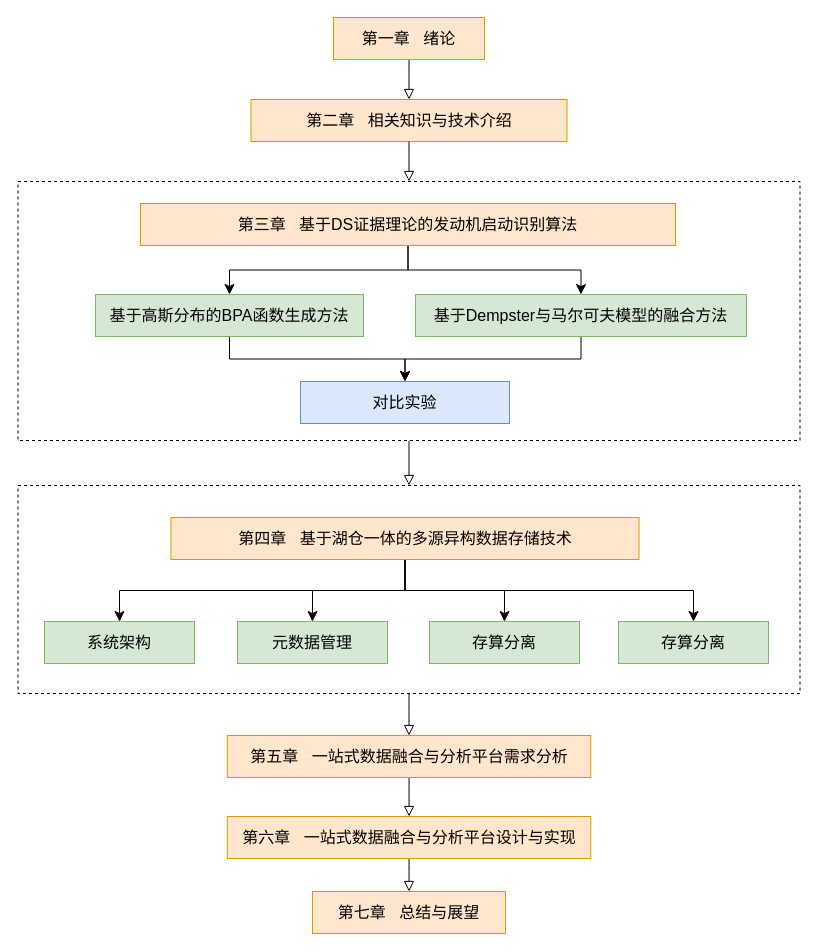
Before: 论文结构.drawio in nianqingdeguowang/python, a draw.io diagram. Source tidied: cells renumbered, new cells numbered last; positions are measured from the earlier drawing's top-left corner, leaving out a move shared by most shapes. Both pictures are drawn from the tidied source at 100%, with x=0, y=0 at pixel (17, 17).
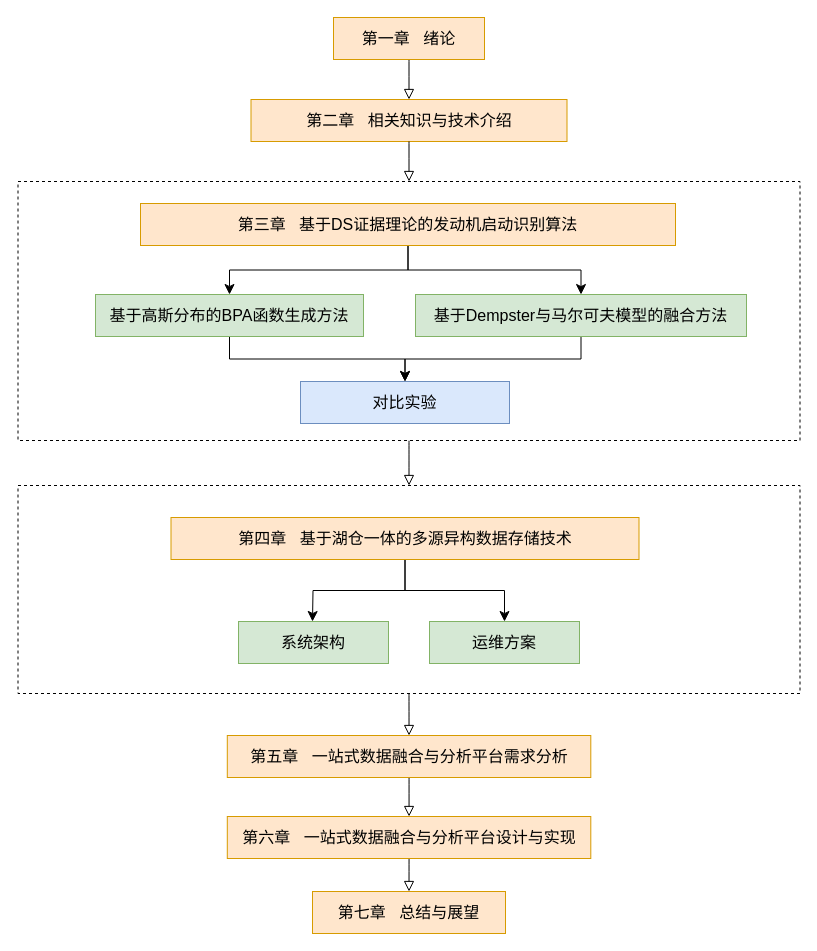
The same page after the edit.

Commit message:
更新论文结构.drawio

Unchanged cells that the change refers to:
```xml
<mxCell id="22" value="&lt;font style=&quot;font-size: 16px;&quot;&gt;第四章&amp;nbsp; &amp;nbsp;基于湖仓一体的多源异构数据存储技术&lt;/font&gt;" style="rounded=0;whiteSpace=wrap;html=1;fillColor=#ffe6cc;strokeColor=#d79b00;" parent="1" vertex="1">
  <mxGeometry x="153.5" y="500" width="468" height="42" as="geometry" />
</mxCell>
```

Change to the diagram source:
```diff
@@
-    <mxCell id="18" style="edgeStyle=orthogonalEdgeStyle;rounded=0;jettySize=auto;html=1;exitX=0.5;exitY=1;exitDx=0;exitDy=0;entryX=0.5;entryY=0;entryDx=0;entryDy=0;fontSize=12;startSize=8;endSize=8;" parent="1" edge="1" source="22" target="23">
-      <mxGeometry relative="1" as="geometry" />
-    </mxCell>
-    <mxCell id="19" style="edgeStyle=orthogonalEdgeStyle;rounded=0;jettySize=auto;html=1;exitX=0.5;exitY=1;exitDx=0;exitDy=0;entryX=0.5;entryY=0;entryDx=0;entryDy=0;fontSize=12;startSize=8;endSize=8;" parent="1" edge="1" source="22" target="24">
-      <mxGeometry relative="1" as="geometry" />
+    <mxCell id="19" style="edgeStyle=orthogonalEdgeStyle;rounded=0;jettySize=auto;html=1;exitX=0.5;exitY=1;exitDx=0;exitDy=0;entryX=0.5;entryY=0;entryDx=0;entryDy=0;fontSize=12;startSize=8;endSize=8;" parent="1" edge="1" source="22">
+      <mxGeometry relative="1" as="geometry">
+        <mxPoint x="295" y="604" as="targetPoint" />
+      </mxGeometry>
     </mxCell>
@@
-    <mxCell id="21" style="edgeStyle=orthogonalEdgeStyle;rounded=0;jettySize=auto;html=1;exitX=0.5;exitY=1;exitDx=0;exitDy=0;entryX=0.5;entryY=0;entryDx=0;entryDy=0;fontSize=12;startSize=8;endSize=8;" parent="1" edge="1" source="22" target="26">
-      <mxGeometry relative="1" as="geometry" />
-    </mxCell>
@@
     <mxCell id="23" value="&lt;font style=&quot;font-size: 16px;&quot;&gt;系统架构&lt;/font&gt;" style="rounded=0;whiteSpace=wrap;html=1;fillColor=#d5e8d4;strokeColor=#82b366;" parent="1" vertex="1">
-      <mxGeometry x="27" y="604" width="150" height="42" as="geometry" />
+      <mxGeometry x="221" y="604" width="150" height="42" as="geometry" />
     </mxCell>
-    <mxCell id="24" value="&lt;font style=&quot;font-size: 16px;&quot;&gt;元数据管理&lt;/font&gt;" style="rounded=0;whiteSpace=wrap;html=1;fillColor=#d5e8d4;strokeColor=#82b366;" parent="1" vertex="1">
-      <mxGeometry x="220" y="604" width="150" height="42" as="geometry" />
-    </mxCell>
-    <mxCell id="25" value="&lt;span style=&quot;font-size: 16px;&quot;&gt;存算分离&lt;/span&gt;" style="rounded=0;whiteSpace=wrap;html=1;fillColor=#d5e8d4;strokeColor=#82b366;" parent="1" vertex="1">
+    <mxCell id="25" value="&lt;span style=&quot;font-size: 16px;&quot;&gt;运维方案&lt;/span&gt;" style="rounded=0;whiteSpace=wrap;html=1;fillColor=#d5e8d4;strokeColor=#82b366;" parent="1" vertex="1">
       <mxGeometry x="412" y="604" width="150" height="42" as="geometry" />
     </mxCell>
-    <mxCell id="26" value="&lt;span style=&quot;font-size: 16px;&quot;&gt;存算分离&lt;/span&gt;" style="rounded=0;whiteSpace=wrap;html=1;fillColor=#d5e8d4;strokeColor=#82b366;" parent="1" vertex="1">
-      <mxGeometry x="601" y="604" width="150" height="42" as="geometry" />
-    </mxCell>
```
